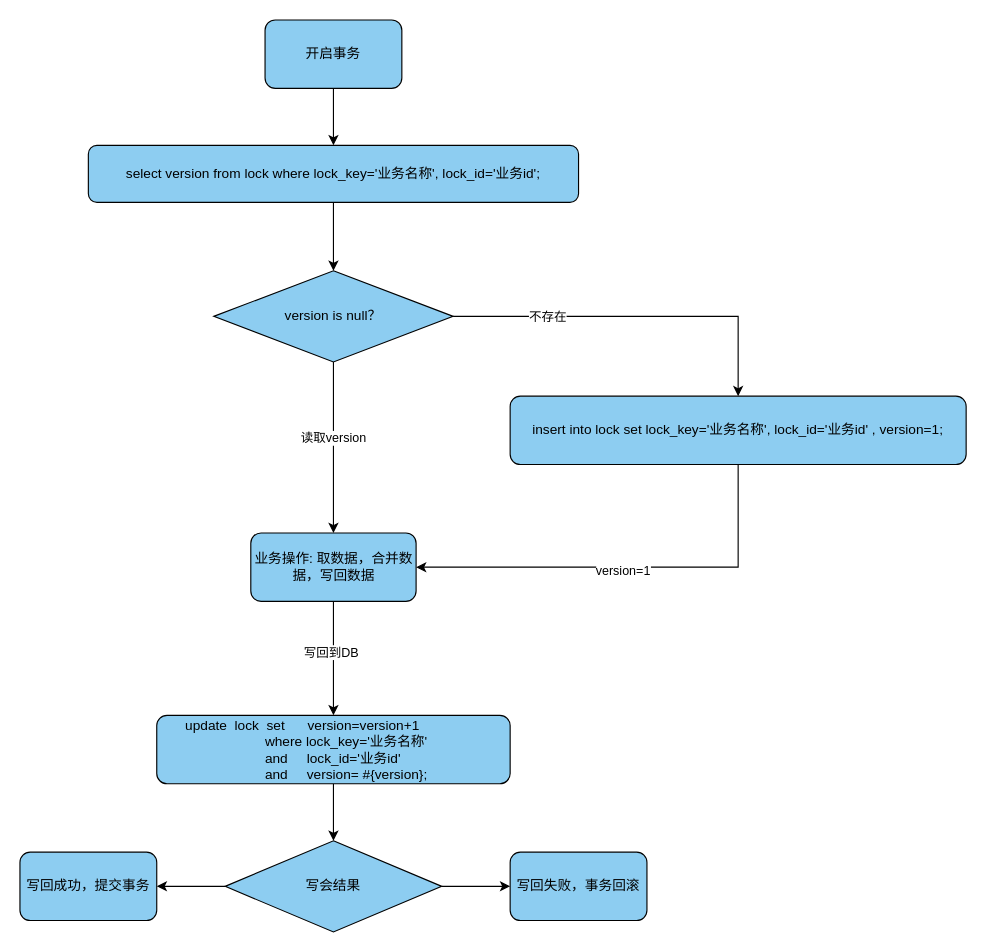
This is page "数据库乐观锁" (4 of 5) of 未命名绘图.drawio from lipf1024/-, a draw.io file, before an edit. Source tidied: cells renumbered, new cells numbered last; positions are measured from the earlier drawing's top-left corner, leaving out a move shared by most shapes. Both pictures are drawn from the tidied source at 114%, with x=0, y=0 at pixel (19, 19).
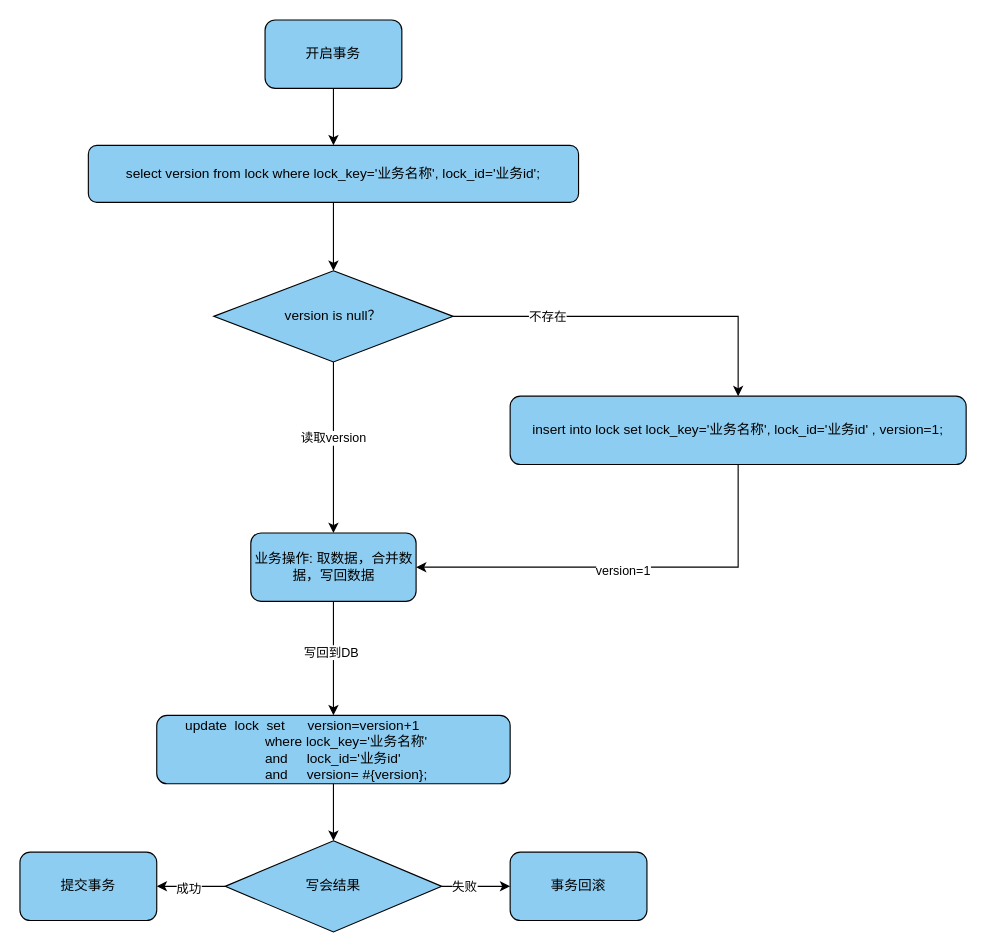
The same diagram, later.

Commit message:
更新未命名绘图.drawio

The change refers to these unchanged cells:
```xml
<mxCell id="17" style="edgeStyle=orthogonalEdgeStyle;rounded=0;jettySize=auto;html=1;exitX=0;exitY=0.5;exitDx=0;exitDy=0;entryX=1;entryY=0.5;entryDx=0;entryDy=0;" parent="1" edge="1" source="19" target="20">
  <mxGeometry relative="1" as="geometry" />
</mxCell>
<mxCell id="18" style="edgeStyle=orthogonalEdgeStyle;rounded=0;jettySize=auto;html=1;exitX=1;exitY=0.5;exitDx=0;exitDy=0;entryX=0;entryY=0.5;entryDx=0;entryDy=0;" parent="1" edge="1" source="19" target="21">
  <mxGeometry relative="1" as="geometry" />
</mxCell>
```

What changed in the source:
```diff
@@
+    <mxCell id="24" value="成功" style="edgeLabel;html=1;align=center;verticalAlign=middle;" parent="17" vertex="1">
+      <mxGeometry x="0.1" y="1" relative="1" as="geometry" />
+    </mxCell>
@@
+    <mxCell id="25" value="失败" style="edgeLabel;html=1;align=center;verticalAlign=middle;" parent="18" vertex="1">
+      <mxGeometry x="-0.37" relative="1" as="geometry" />
+    </mxCell>
@@
-    <mxCell id="20" value="写回成功，提交事务" style="rounded=1;whiteSpace=wrap;html=1;fillColor=#8DCDF1;" parent="1" vertex="1">
+    <mxCell id="20" value="提交事务" style="rounded=1;whiteSpace=wrap;html=1;fillColor=#8DCDF1;" parent="1" vertex="1">
       <mxGeometry y="730" width="120" height="60" as="geometry" />
     </mxCell>
-    <mxCell id="21" value="写回失败，事务回滚" style="rounded=1;whiteSpace=wrap;html=1;fillColor=#8DCDF1;" parent="1" vertex="1">
+    <mxCell id="21" value="事务回滚" style="rounded=1;whiteSpace=wrap;html=1;fillColor=#8DCDF1;" parent="1" vertex="1">
       <mxGeometry x="430" y="730" width="120" height="60" as="geometry" />
     </mxCell>
```
